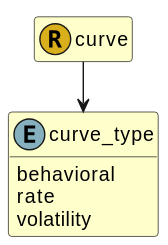
This is images/fire.model.curve_type.svg from Schemarise/demo-alfa-with-fire-json-model, a PlantUML export, as it was before one commit. Its diagram source:
```plantuml
@startuml
!pragma layout smetana

skinparam ClassBackgroundColor #BUSINESS
hide empty methods
hide empty fields
skinparam backgroundColor transparent
set namespaceSeparator none




class curve_type << (E,86B0BE) >> {

  behavioral
  rate
  volatility



}

class curve << (R,D9B01C) >> {





}

curve --> curve_type

@enduml
```
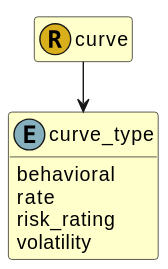
Above is the later version.

Diff of the diagram source:
```diff
@@ -14,6 +14,7 @@
 
   behavioral
   rate
+  risk_rating
   volatility
 
 
```
